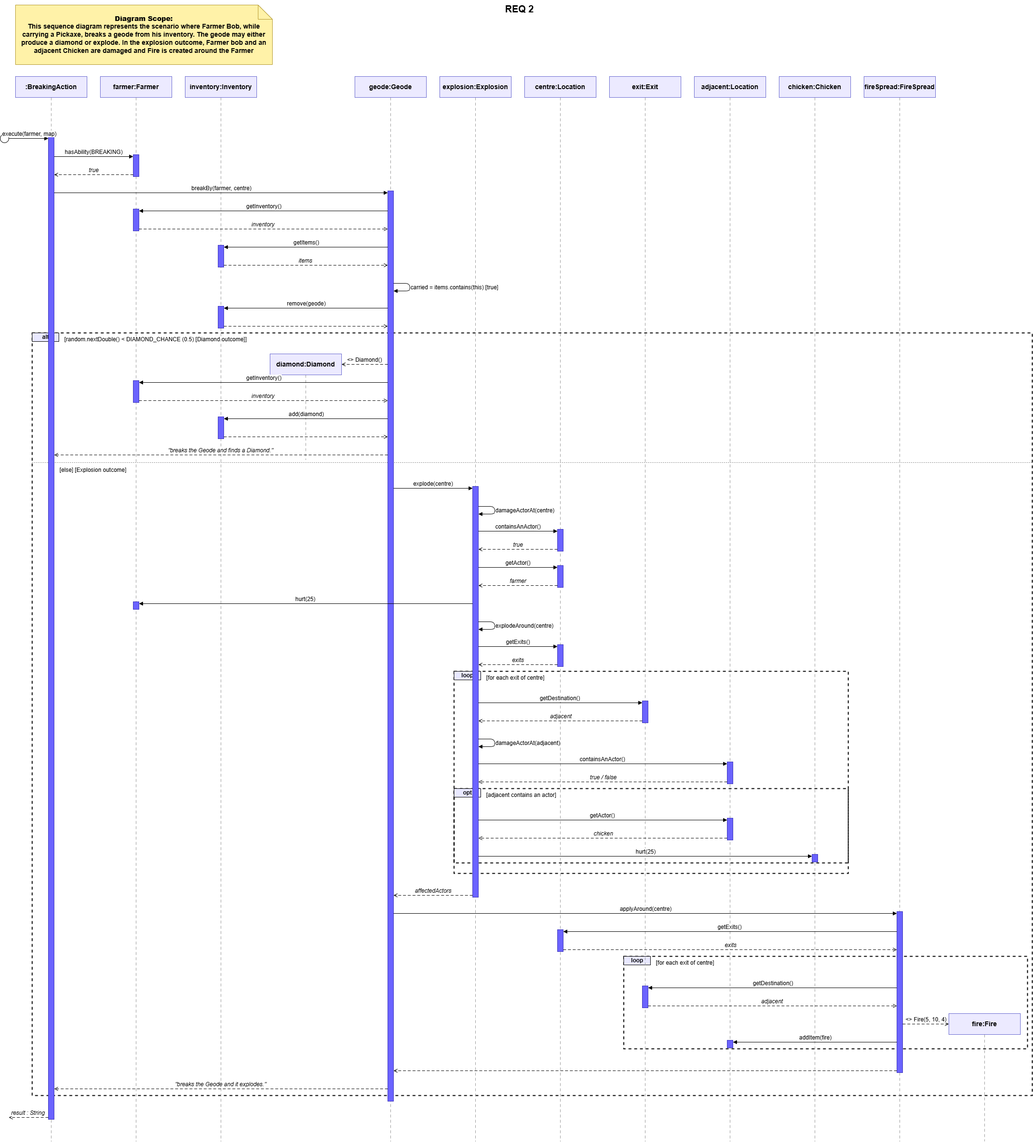
Above: docs/design/assignment2/REQ 2-SEQ.png in NotSury/stack-queue-valley (draw.io), before the change. Source tidied: cells renumbered, new cells last; positions are measured from the earlier drawing's top-left corner, leaving out a move shared by most shapes.
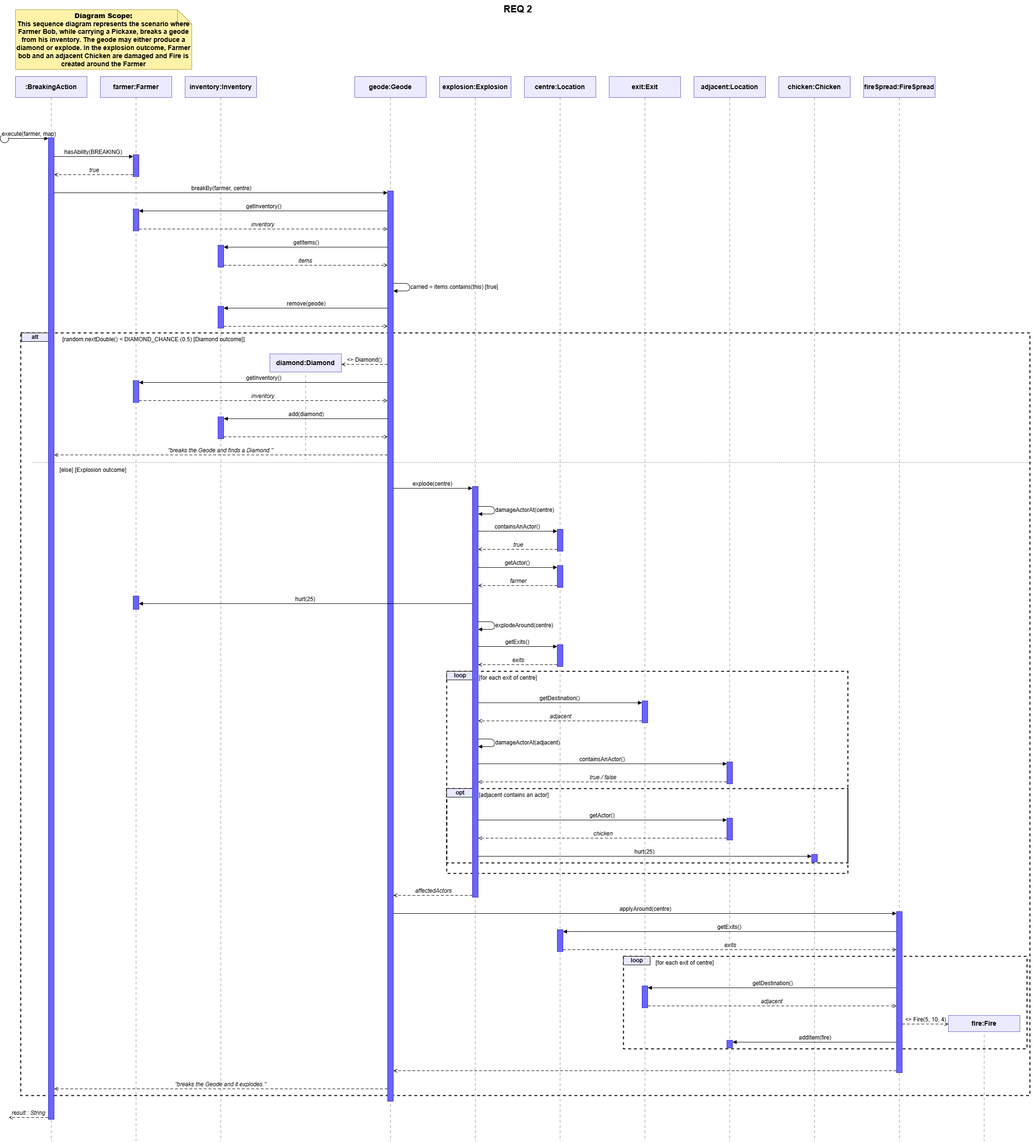
The same file after the commit.

Commit message:
Update REQ2 sequence diagram by adjusting the column

What changed in the source:
```diff
@@ -2,14 +2,14 @@
   <root>
     <mxCell id="0" />
     <mxCell id="1" parent="0" />
-    <mxCell id="2" value="REQ 2" style="text;html=1;align=center;fontStyle=1;fontSize=20;" parent="1" vertex="1">
-      <mxGeometry x="689" width="800" height="30" as="geometry" />
+    <mxCell id="2" value="REQ 2&amp;nbsp;" style="text;html=1;align=center;fontStyle=1;fontSize=20;" parent="1" vertex="1">
+      <mxGeometry x="688.5" width="800" height="30" as="geometry" />
     </mxCell>
-    <mxCell id="3" value="[random.nextDouble() &lt; DIAMOND_CHANCE (0.5)  [Diamond outcome]]" style="rounded=0;whiteSpace=wrap;html=1;fillColor=none;dashed=1;strokeWidth=2;verticalAlign=top;align=left;spacingLeft=66;spacingTop=0;fontSize=12;" parent="1" vertex="1">
-      <mxGeometry x="67" y="698" width="2098" height="1600" as="geometry" />
+    <mxCell id="3" value="&amp;nbsp; &amp;nbsp; &amp;nbsp; [random.nextDouble() &amp;lt; DIAMOND_CHANCE (0.5)  [Diamond outcome]]" style="rounded=0;whiteSpace=wrap;html=1;fillColor=none;dashed=1;strokeWidth=2;verticalAlign=top;align=left;spacingLeft=66;spacingTop=0;fontSize=12;" parent="1" vertex="1">
+      <mxGeometry x="43" y="698" width="2118" height="1600" as="geometry" />
     </mxCell>
     <mxCell id="4" value="alt" style="rounded=0;html=1;fillColor=#e8e8ff;strokeColor=#000000;fontStyle=1;fontSize=12;" parent="1" vertex="1">
-      <mxGeometry x="67" y="698" width="56" height="18" as="geometry" />
+      <mxGeometry x="45" y="698" width="56" height="18" as="geometry" />
     </mxCell>
     <mxCell id="5" style="endArrow=none;dashed=1;dashPattern=1 3;html=1;" parent="1" edge="1">
       <mxGeometry relative="1" as="geometry">
@@ -21,10 +21,10 @@
       <mxGeometry x="123" y="972" width="260" height="18" as="geometry" />
     </mxCell>
     <mxCell id="7" value="[for each exit of centre]" style="rounded=0;whiteSpace=wrap;html=1;fillColor=none;dashed=1;strokeWidth=2;verticalAlign=top;align=left;spacingLeft=66;spacingTop=0;fontSize=12;" parent="1" vertex="1">
-      <mxGeometry x="952" y="1408" width="827" height="424" as="geometry" />
+      <mxGeometry x="937" y="1408" width="842" height="424" as="geometry" />
     </mxCell>
     <mxCell id="8" value="loop" style="rounded=0;html=1;fillColor=#e8e8ff;strokeColor=#000000;fontStyle=1;fontSize=12;" parent="1" vertex="1">
-      <mxGeometry x="952" y="1408" width="56" height="18" as="geometry" />
+      <mxGeometry x="937" y="1408" width="56" height="18" as="geometry" />
     </mxCell>
     <mxCell id="9" value="[for each exit of centre]" style="rounded=0;whiteSpace=wrap;html=1;fillColor=none;dashed=1;strokeWidth=2;verticalAlign=top;align=left;spacingLeft=66;spacingTop=0;fontSize=12;" parent="1" vertex="1">
       <mxGeometry x="1308" y="2006" width="847" height="194" as="geometry" />
@@ -33,10 +33,10 @@
       <mxGeometry x="1308" y="2006" width="56" height="18" as="geometry" />
     </mxCell>
     <mxCell id="11" value="[adjacent contains an actor]" style="rounded=0;whiteSpace=wrap;html=1;fillColor=none;dashed=1;strokeWidth=2;verticalAlign=top;align=left;spacingLeft=66;spacingTop=0;fontSize=12;" parent="1" vertex="1">
-      <mxGeometry x="952" y="1654" width="827" height="156" as="geometry" />
+      <mxGeometry x="937" y="1654" width="842" height="156" as="geometry" />
     </mxCell>
     <mxCell id="12" value="opt" style="rounded=0;html=1;fillColor=#e8e8ff;strokeColor=#000000;fontStyle=1;fontSize=12;" parent="1" vertex="1">
-      <mxGeometry x="952" y="1654" width="56" height="18" as="geometry" />
+      <mxGeometry x="937" y="1654" width="56" height="18" as="geometry" />
     </mxCell>
     <mxCell id="13" style="endArrow=none;dashed=1;dashPattern=6 5;html=1;strokeColor=#999999;" parent="1" edge="1">
       <mxGeometry relative="1" as="geometry">
@@ -44,9 +44,8 @@
         <mxPoint x="107" y="2394" as="targetPoint" />
       </mxGeometry>
     </mxCell>
-    <mxCell id="14" style="endArrow=none;dashed=1;dashPattern=6 5;html=1;strokeColor=#999999;" parent="1" edge="1">
+    <mxCell id="14" style="endArrow=none;dashed=1;dashPattern=6 5;html=1;strokeColor=#999999;" parent="1" edge="1" source="28">
       <mxGeometry relative="1" as="geometry">
-        <mxPoint x="285" y="204" as="sourcePoint" />
         <mxPoint x="285" y="2394" as="targetPoint" />
       </mxGeometry>
     </mxCell>
@@ -119,9 +118,6 @@
     <mxCell id="27" style="rounded=0;html=1;fillColor=#6b63ff;strokeColor=#3b34b8;" parent="1" vertex="1">
       <mxGeometry x="279" y="798" width="12" height="46" as="geometry" />
     </mxCell>
-    <mxCell id="28" style="rounded=0;html=1;fillColor=#6b63ff;strokeColor=#3b34b8;" parent="1" vertex="1">
-      <mxGeometry x="279" y="1262" width="12" height="16" as="geometry" />
-    </mxCell>
     <mxCell id="29" style="rounded=0;html=1;fillColor=#6b63ff;strokeColor=#3b34b8;" parent="1" vertex="1">
       <mxGeometry x="457" y="514" width="12" height="46" as="geometry" />
     </mxCell>
@@ -183,7 +179,7 @@
       <mxGeometry x="388" y="160" width="150" height="44" as="geometry" />
     </mxCell>
     <mxCell id="49" value="diamond:Diamond" style="rounded=0;whiteSpace=wrap;html=1;fillColor=#eceaff;strokeColor=#6a6ad0;fontStyle=1;fontSize=14;" parent="1" vertex="1">
-      <mxGeometry x="566" y="742" width="150" height="44" as="geometry" />
+      <mxGeometry x="566" y="742" width="150" height="38" as="geometry" />
     </mxCell>
     <mxCell id="50" value="geode:Geode" style="rounded=0;whiteSpace=wrap;html=1;fillColor=#eceaff;strokeColor=#6a6ad0;fontStyle=1;fontSize=14;" parent="1" vertex="1">
       <mxGeometry x="744" y="160" width="150" height="44" as="geometry" />
@@ -207,7 +203,7 @@
       <mxGeometry x="1812" y="160" width="150" height="44" as="geometry" />
     </mxCell>
     <mxCell id="57" value="fire:Fire" style="rounded=0;whiteSpace=wrap;html=1;fillColor=#eceaff;strokeColor=#6a6ad0;fontStyle=1;fontSize=14;" parent="1" vertex="1">
-      <mxGeometry x="1990" y="2126" width="150" height="44" as="geometry" />
+      <mxGeometry x="1990" y="2130" width="150" height="34" as="geometry" />
     </mxCell>
     <mxCell id="58" style="ellipse;html=1;fillColor=#ffffff;strokeColor=#000000;" parent="1" vertex="1">
       <mxGeometry y="281" width="18" height="18" as="geometry" />
@@ -504,8 +500,16 @@
         <mxPoint x="18" y="2344" as="targetPoint" />
       </mxGeometry>
     </mxCell>
+    <mxCell id="106" style="endArrow=none;dashed=1;dashPattern=6 5;html=1;strokeColor=#999999;" parent="1" edge="1" target="28">
+      <mxGeometry relative="1" as="geometry">
+        <mxPoint x="285" y="204" as="sourcePoint" />
+      </mxGeometry>
+    </mxCell>
+    <mxCell id="28" style="rounded=0;html=1;fillColor=#6b63ff;strokeColor=#3b34b8;" parent="1" vertex="1">
+      <mxGeometry x="279" y="1250" width="12" height="28" as="geometry" />
+    </mxCell>
     <mxCell id="105" value="&lt;font style=&quot;color: rgb(0, 0, 0);&quot;&gt;&lt;b&gt;Diagram Scope:&lt;/b&gt;&lt;br&gt;This sequence diagram represents the scenario where Farmer Bob, while carrying a Pickaxe, breaks a geode from his inventory. The geode may either produce a diamond or explode. In the explosion outcome, Farmer bob and an adjacent Chicken are damaged and Fire is created around the Farmer&lt;/font&gt;" style="shape=note;whiteSpace=wrap;html=1;backgroundOutline=1;fillColor=#fff2a8;strokeColor=#b59b32;fontSize=14;fontStyle=1;" parent="1" vertex="1">
-      <mxGeometry x="32" y="10" width="539" height="125" as="geometry" />
+      <mxGeometry x="32" y="20" width="370" height="125" as="geometry" />
     </mxCell>
   </root>
 </mxGraphModel>
```
